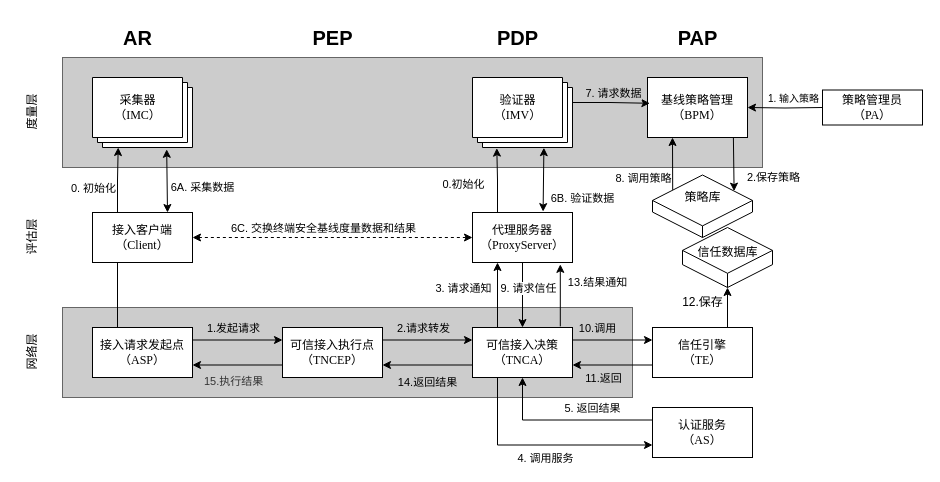
Before: testDirectory/可信接入模型.drawio in Moose1273/-, a draw.io diagram. Source tidied: cells renumbered, new cells numbered last; positions are measured from the earlier drawing's top-left corner, leaving out a move shared by most shapes. Both pictures are drawn from the tidied source at 100%, with x=0, y=0 at pixel (2, 17).
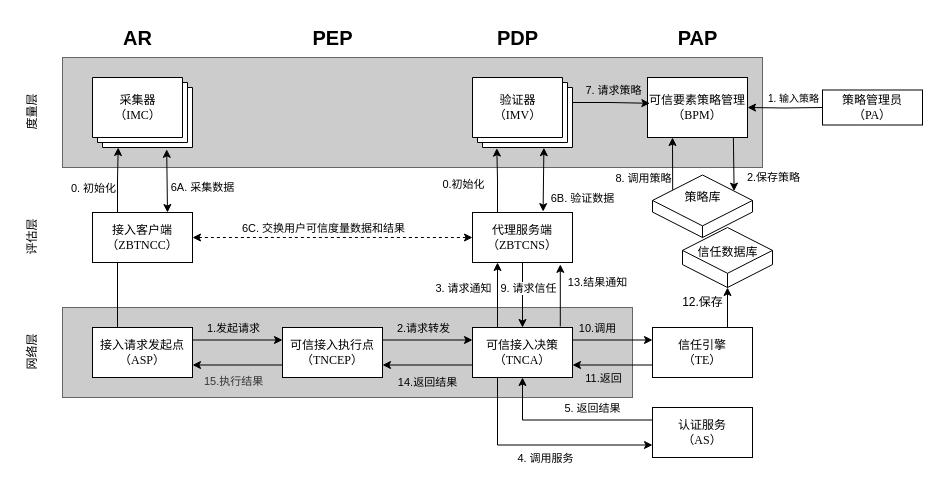
The same page after the edit.

Commit message:
更新可信接入模型.drawio

The change refers to these unchanged cells:
```xml
<mxCell id="43" style="endArrow=classic;startArrow=classic;html=1;rounded=0;entryX=0;entryY=0.5;entryDx=0;entryDy=0;exitX=1;exitY=0.5;exitDx=0;exitDy=0;dashed=1;" parent="1" edge="1" source="7" target="10">
  <mxGeometry relative="1" as="geometry" />
</mxCell>
<mxCell id="50" style="edgeStyle=orthogonalEdgeStyle;rounded=0;jettySize=auto;html=1;exitX=0;exitY=0;exitDx=100;exitDy=25;exitPerimeter=0;entryX=0.024;entryY=0.43;entryDx=0;entryDy=0;entryPerimeter=0;" parent="1" edge="1" source="26" target="31">
  <mxGeometry relative="1" as="geometry" />
</mxCell>
```

Change to the diagram source:
```diff
@@
-    <mxCell id="7" value="&lt;div&gt;&lt;font face=&quot;Times New Roman&quot;&gt;接入客户端&lt;/font&gt;&lt;/div&gt;&lt;font face=&quot;Times New Roman&quot;&gt;（Client）&lt;/font&gt;" style="rounded=0;whiteSpace=wrap;html=1;" parent="1" vertex="1">
+    <mxCell id="7" value="&lt;div&gt;&lt;font face=&quot;Times New Roman&quot;&gt;接入客户端&lt;/font&gt;&lt;/div&gt;&lt;font face=&quot;Times New Roman&quot;&gt;（ZBTNCC）&lt;/font&gt;" style="rounded=0;whiteSpace=wrap;html=1;" parent="1" vertex="1">
       <mxGeometry x="90" y="195" width="100" height="50" as="geometry" />
     </mxCell>
@@
-    <mxCell id="10" value="&lt;div&gt;&lt;font face=&quot;Times New Roman&quot;&gt;代理服务器&lt;/font&gt;&lt;/div&gt;&lt;font face=&quot;Times New Roman&quot;&gt;（ProxyServer）&lt;/font&gt;" style="rounded=0;whiteSpace=wrap;html=1;" parent="1" vertex="1">
+    <mxCell id="10" value="&lt;div&gt;&lt;font face=&quot;Times New Roman&quot;&gt;代理服务端&lt;/font&gt;&lt;/div&gt;&lt;font face=&quot;Times New Roman&quot;&gt;（ZBTCNS）&lt;/font&gt;" style="rounded=0;whiteSpace=wrap;html=1;" parent="1" vertex="1">
       <mxGeometry x="470" y="195" width="100" height="50" as="geometry" />
     </mxCell>
@@
-    <mxCell id="31" value="基线策略管理&lt;br&gt;&lt;font face=&quot;Times New Roman&quot;&gt;（BPM）&lt;/font&gt;" style="rounded=0;whiteSpace=wrap;html=1;" parent="1" vertex="1">
+    <mxCell id="31" value="可信要素策略管理&lt;br&gt;&lt;font face=&quot;Times New Roman&quot;&gt;（BPM）&lt;/font&gt;" style="rounded=0;whiteSpace=wrap;html=1;" parent="1" vertex="1">
       <mxGeometry x="645" y="60" width="100" height="60" as="geometry" />
     </mxCell>
@@
-    <mxCell id="44" value="6C. 交换终端安全基线度量数据和结果" style="edgeLabel;html=1;align=center;verticalAlign=middle;" parent="43" vertex="1">
+    <mxCell id="44" value="6C. 交换用户可信度量数据和结果" style="edgeLabel;html=1;align=center;verticalAlign=middle;" parent="43" vertex="1">
       <mxGeometry x="-0.24" relative="1" as="geometry">
         <mxPoint x="24" y="-10" as="offset" />
       </mxGeometry>
     </mxCell>
@@
-    <mxCell id="51" value="7. 请求数据" style="edgeLabel;html=1;align=center;verticalAlign=middle;labelBackgroundColor=#CCCCCC;" parent="50" vertex="1">
+    <mxCell id="51" value="7. 请求策略" style="edgeLabel;html=1;align=center;verticalAlign=middle;labelBackgroundColor=#CCCCCC;" parent="50" vertex="1">
       <mxGeometry x="-0.36" y="1" relative="1" as="geometry">
-        <mxPoint x="15" y="-9" as="offset" />
+        <mxPoint x="15" y="-12" as="offset" />
       </mxGeometry>
     </mxCell>
```
